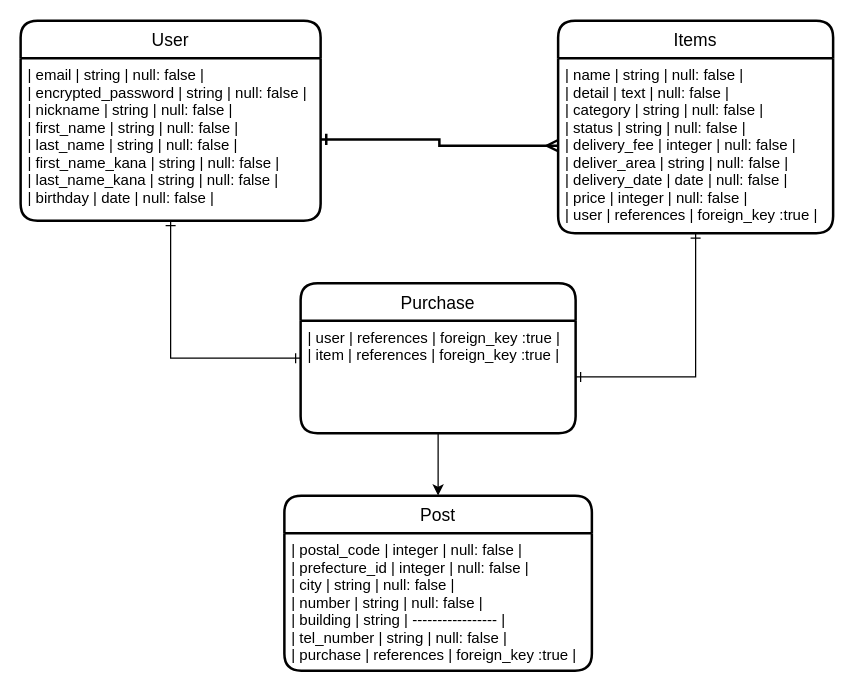
The draw.io diagram ER.dio in NobuMuto/furima-31535, before the edit. Source tidied: cells renumbered, new cells numbered last; positions are measured from the earlier drawing's top-left corner, leaving out a move shared by most shapes. Both pictures are drawn from the tidied source at 125%, with x=0, y=0 at pixel (20, 20).
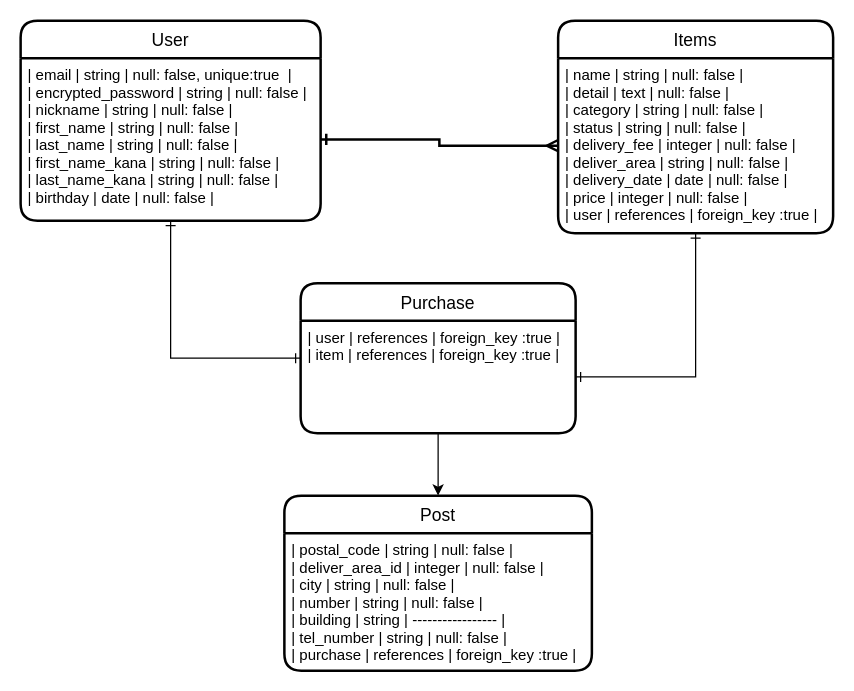
Above is the later version.

Commit message (it also covers changes not shown here):
ER図、送付都道府県の修正

The edit, as a diff of the source:
```diff
@@
 <mxGraphModel>
   <root>
     <mxCell id="0" />
     <mxCell id="1" parent="0" />
     <mxCell id="2" value="User" style="swimlane;horizontal=1;startSize=30;rounded=1;fontSize=14;fontStyle=0;strokeWidth=2;shadow=0;dashed=0;align=center;" parent="1" vertex="1">
       <mxGeometry width="240" height="160" as="geometry" />
     </mxCell>
-    <mxCell id="3" value="| email              | string | null: false |&#10;| encrypted_password | string | null: false |&#10;| nickname           | string | null: false |&#10;| first_name         | string | null: false |&#10;| last_name          | string | null: false |&#10;| first_name_kana    | string | null: false |&#10;| last_name_kana     | string | null: false |&#10;| birthday           | date   | null: false |" style="align=left;strokeColor=none;fillColor=none;spacingLeft=4;fontSize=12;verticalAlign=top;" parent="2" vertex="1">
+    <mxCell id="3" value="| email              | string | null: false, unique:true  |&#10;| encrypted_password | string | null: false |&#10;| nickname           | string | null: false |&#10;| first_name         | string | null: false |&#10;| last_name          | string | null: false |&#10;| first_name_kana    | string | null: false |&#10;| last_name_kana     | string | null: false |&#10;| birthday           | date   | null: false |" style="align=left;strokeColor=none;fillColor=none;spacingLeft=4;fontSize=12;verticalAlign=top;" parent="2" vertex="1">
       <mxGeometry y="30" width="240" height="130" as="geometry" />
     </mxCell>
     <mxCell id="4" value="Items" style="swimlane;horizontal=1;startSize=30;rounded=1;fontSize=14;fontStyle=0;strokeWidth=2;shadow=0;dashed=0;align=center;" parent="1" vertex="1">
       <mxGeometry x="430" width="220" height="170" as="geometry" />
     </mxCell>
     <mxCell id="5" value="| name          | string     | null: false       |&#10;| detail        | text       | null: false       |&#10;| category      | string     | null: false       |&#10;| status        | string     | null: false       |&#10;| delivery_fee  | integer    | null: false       |&#10;| deliver_area  | string     | null: false       |&#10;| delivery_date | date       | null: false       |&#10;| price         | integer    | null: false       |&#10;| user          | references | foreign_key :true |" style="align=left;strokeColor=none;fillColor=none;spacingLeft=4;fontSize=12;verticalAlign=top;" parent="4" vertex="1">
       <mxGeometry y="30" width="220" height="140" as="geometry" />
     </mxCell>
     <mxCell id="6" value="Purchase" style="swimlane;horizontal=1;startSize=30;rounded=1;fontSize=14;fontStyle=0;strokeWidth=2;shadow=0;dashed=0;align=center;" parent="1" vertex="1">
       <mxGeometry x="224" y="210" width="220" height="120" as="geometry" />
     </mxCell>
     <mxCell id="7" value="| user            | references | foreign_key :true |&#10;| item            | references | foreign_key :true |" style="align=left;strokeColor=none;fillColor=none;spacingLeft=4;fontSize=12;verticalAlign=top;" parent="6" vertex="1">
       <mxGeometry y="30" width="220" height="90" as="geometry" />
     </mxCell>
     <mxCell id="8" value="Post" style="swimlane;horizontal=1;startSize=30;rounded=1;fontSize=14;fontStyle=0;strokeWidth=2;shadow=0;dashed=0;align=center;" parent="1" vertex="1">
       <mxGeometry x="211" y="380" width="246" height="140" as="geometry" />
     </mxCell>
-    <mxCell id="9" value="| postal_code   | integer    | null: false       |&#10;| prefecture_id | integer    | null: false       |&#10;| city          | string     | null: false       |&#10;| number        | string     | null: false       |&#10;| building      | string     | ----------------- |&#10;| tel_number    | string     | null: false       |&#10;| purchase      | references | foreign_key :true |" style="align=left;strokeColor=none;fillColor=none;spacingLeft=4;fontSize=12;verticalAlign=top;" parent="8" vertex="1">
+    <mxCell id="9" value="| postal_code   | string | null: false       |&#10;| deliver_area_id  | integer    | null: false       |&#10;| city          | string     | null: false       |&#10;| number        | string     | null: false       |&#10;| building      | string     | ----------------- |&#10;| tel_number    | string     | null: false       |&#10;| purchase      | references | foreign_key :true |" style="align=left;strokeColor=none;fillColor=none;spacingLeft=4;fontSize=12;verticalAlign=top;" parent="8" vertex="1">
       <mxGeometry y="30" width="246" height="110" as="geometry" />
     </mxCell>
     <mxCell id="10" style="edgeStyle=orthogonalEdgeStyle;rounded=0;jettySize=auto;html=1;exitX=1;exitY=0.5;exitDx=0;exitDy=0;entryX=0;entryY=0.5;entryDx=0;entryDy=0;endArrow=ERmany;endFill=0;startArrow=ERone;startFill=0;strokeWidth=2;" parent="1" edge="1" source="3" target="5">
       <mxGeometry relative="1" as="geometry" />
     </mxCell>
     <mxCell id="11" style="edgeStyle=orthogonalEdgeStyle;rounded=0;jettySize=auto;html=1;entryX=0;entryY=0.5;entryDx=0;entryDy=0;startArrow=ERone;startFill=0;endArrow=ERone;endFill=0;exitX=0.5;exitY=1;exitDx=0;exitDy=0;" parent="1" edge="1" source="3" target="6">
       <mxGeometry relative="1" as="geometry">
         <Array as="points">
           <mxPoint x="120" y="270" />
         </Array>
       </mxGeometry>
     </mxCell>
     <mxCell id="12" style="edgeStyle=orthogonalEdgeStyle;rounded=0;jettySize=auto;html=1;exitX=0.5;exitY=1;exitDx=0;exitDy=0;entryX=1;entryY=0.5;entryDx=0;entryDy=0;startArrow=ERone;startFill=0;endArrow=ERone;endFill=0;" parent="1" edge="1" source="5" target="7">
       <mxGeometry relative="1" as="geometry" />
     </mxCell>
     <mxCell id="13" style="edgeStyle=orthogonalEdgeStyle;rounded=0;jettySize=auto;html=1;exitX=0.5;exitY=1;exitDx=0;exitDy=0;entryX=0.5;entryY=0;entryDx=0;entryDy=0;" parent="1" edge="1" source="7" target="8">
       <mxGeometry relative="1" as="geometry" />
     </mxCell>
   </root>
 </mxGraphModel>
```
